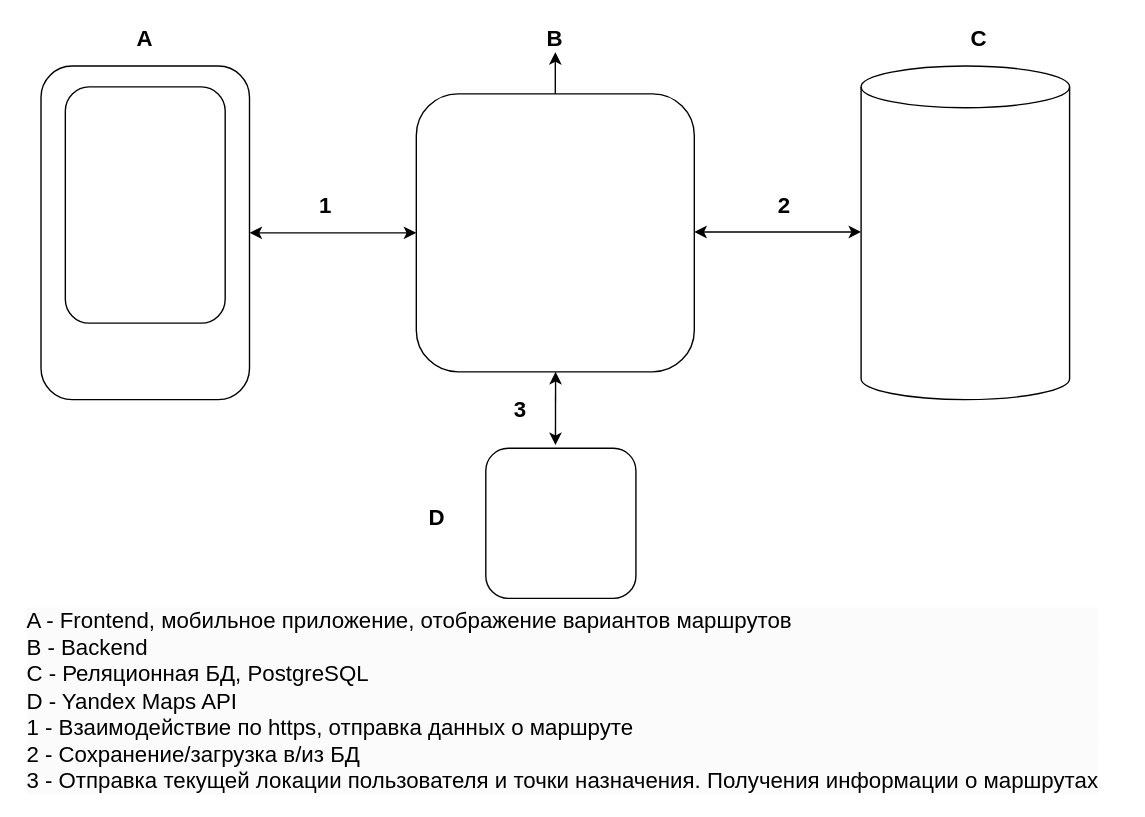
The draw.io diagram Sinyagin_Andrey/Architecture/T5_Architecture.drawio in abdullahproff/BSA21_1, before the edit. Source tidied: cells renumbered, new cells numbered last; positions are measured from the earlier drawing's top-left corner, leaving out a move shared by most shapes. Both pictures are drawn from the tidied source at 139%, with x=0, y=0 at pixel (24, 24).
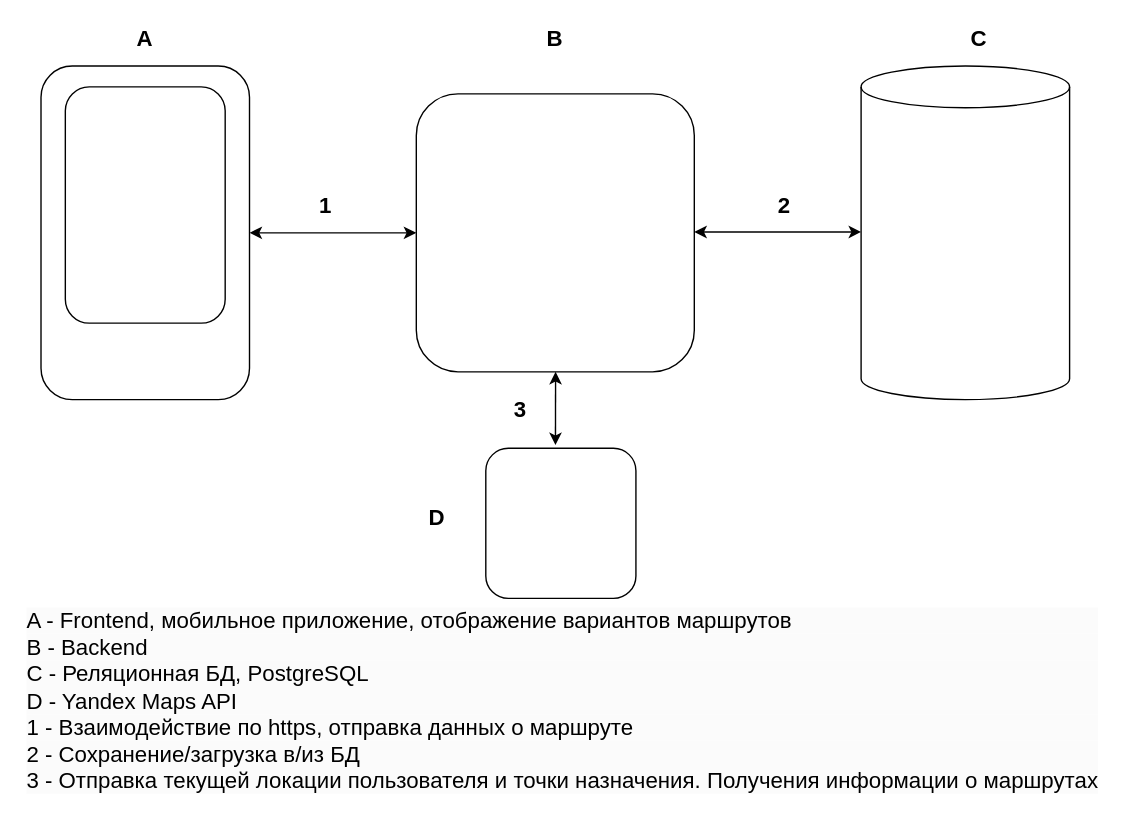
The same page after the edit.

Unchanged cells that the change refers to:
```xml
<mxCell id="4" style="rounded=1;whiteSpace=wrap;html=1;" parent="1" vertex="1">
  <mxGeometry x="282" y="50" width="200" height="200" as="geometry" />
</mxCell>
<mxCell id="9" value="&lt;b&gt;&lt;font style=&quot;font-size: 16px;&quot;&gt;B&lt;/font&gt;&lt;/b&gt;" style="text;html=1;align=center;verticalAlign=middle;whiteSpace=wrap;rounded=0;" parent="1" vertex="1">
  <mxGeometry x="367" width="30" height="20" as="geometry" />
</mxCell>
```

Change to the diagram source:
```diff
@@
-    <mxCell id="3" style="edgeStyle=orthogonalEdgeStyle;rounded=0;jettySize=auto;html=1;" parent="1" edge="1" source="4" target="9">
-      <mxGeometry relative="1" as="geometry" />
-    </mxCell>
```
